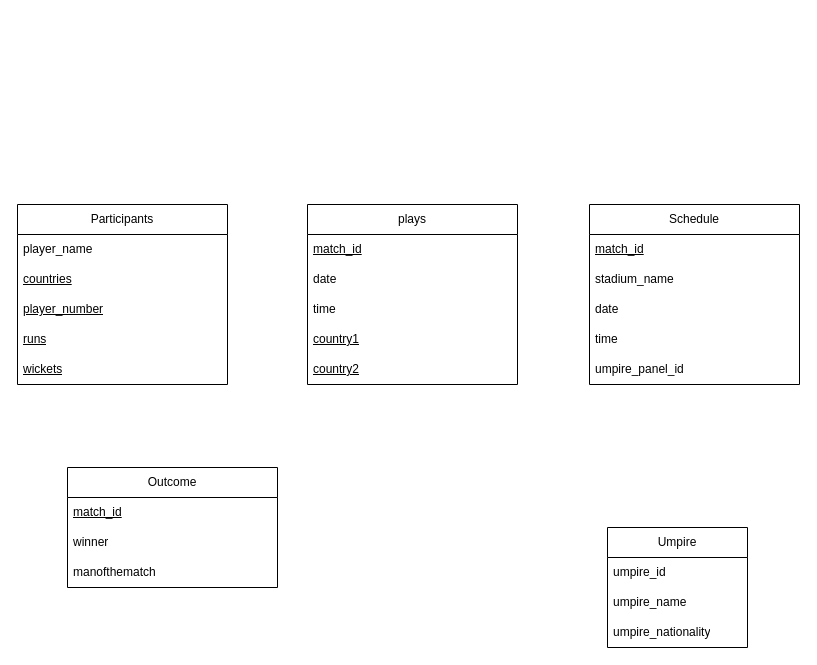
haris-hk/Database-ERD keeps this draw.io diagram as Project02.drawio. Above is the earlier version. Source tidied: cells renumbered, new cells numbered last; positions are measured from the earlier drawing's top-left corner, leaving out a move shared by most shapes. Both pictures are drawn from the tidied source at 100%, with x=0, y=0 at pixel (17, 204).
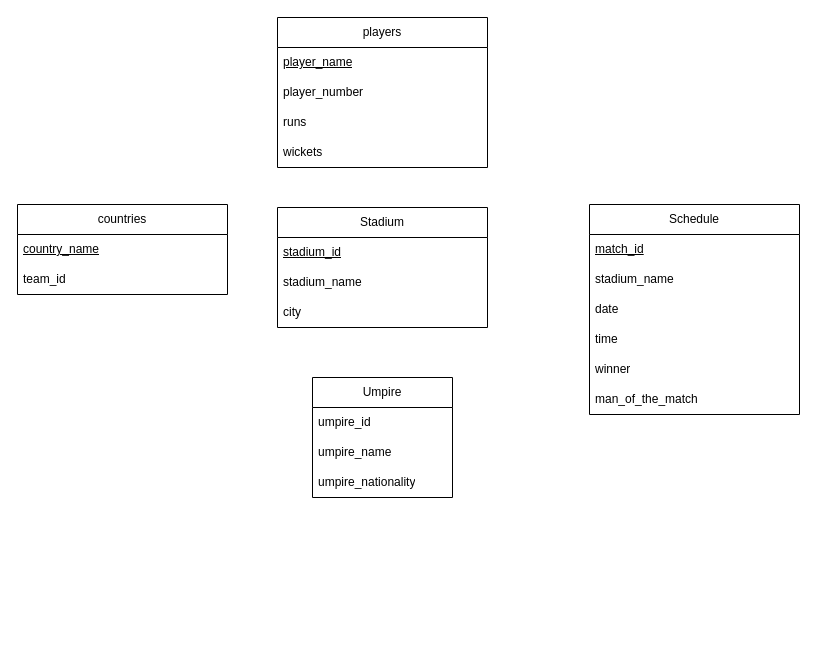
The same page after the edit.

Diff of the diagram source:
```diff
@@
-    <mxCell id="2" value="Participants" style="swimlane;fontStyle=0;horizontal=1;startSize=30;whiteSpace=wrap;html=1;" parent="1" vertex="1">
-      <mxGeometry width="210" height="180" as="geometry" />
+    <mxCell id="2" value="countries" style="swimlane;fontStyle=0;horizontal=1;startSize=30;whiteSpace=wrap;html=1;" parent="1" vertex="1">
+      <mxGeometry width="210" height="90" as="geometry" />
     </mxCell>
-    <mxCell id="3" value="player_name" style="text;strokeColor=none;fillColor=none;align=left;verticalAlign=middle;spacingLeft=4;spacingRight=4;overflow=hidden;whiteSpace=wrap;html=1;" parent="2" vertex="1">
-      <mxGeometry y="30" width="210" height="30" as="geometry" />
-    </mxCell>
-    <mxCell id="4" value="&lt;u&gt;countries&lt;/u&gt;" style="text;strokeColor=none;fillColor=none;align=left;verticalAlign=middle;spacingLeft=4;spacingRight=4;overflow=hidden;whiteSpace=wrap;html=1;" parent="2" vertex="1">
-      <mxGeometry y="60" width="210" height="30" as="geometry" />
+    <mxCell id="4" value="&lt;u&gt;country_name&lt;/u&gt;" style="text;strokeColor=none;fillColor=none;align=left;verticalAlign=middle;spacingLeft=4;spacingRight=4;overflow=hidden;whiteSpace=wrap;html=1;" parent="2" vertex="1">
+      <mxGeometry y="30" width="210" height="30" as="geometry" />
     </mxCell>
-    <mxCell id="5" value="&lt;u&gt;player_number&lt;/u&gt;" style="text;strokeColor=none;fillColor=none;align=left;verticalAlign=middle;spacingLeft=4;spacingRight=4;overflow=hidden;whiteSpace=wrap;html=1;" parent="2" vertex="1">
-      <mxGeometry y="90" width="210" height="30" as="geometry" />
-    </mxCell>
-    <mxCell id="6" value="&lt;u&gt;runs&lt;/u&gt;" style="text;strokeColor=none;fillColor=none;align=left;verticalAlign=middle;spacingLeft=4;spacingRight=4;overflow=hidden;whiteSpace=wrap;html=1;" parent="2" vertex="1">
-      <mxGeometry y="120" width="210" height="30" as="geometry" />
+    <mxCell id="6" value="team_id" style="text;strokeColor=none;fillColor=none;align=left;verticalAlign=middle;spacingLeft=4;spacingRight=4;overflow=hidden;whiteSpace=wrap;html=1;" parent="2" vertex="1">
+      <mxGeometry y="60" width="210" height="30" as="geometry" />
     </mxCell>
-    <mxCell id="7" value="&lt;u&gt;wickets&lt;/u&gt;" style="text;strokeColor=none;fillColor=none;align=left;verticalAlign=middle;spacingLeft=4;spacingRight=4;overflow=hidden;whiteSpace=wrap;html=1;" parent="2" vertex="1">
-      <mxGeometry y="150" width="210" height="30" as="geometry" />
-    </mxCell>
     <mxCell id="8" value="Schedule" style="swimlane;fontStyle=0;horizontal=1;startSize=30;whiteSpace=wrap;html=1;" parent="1" vertex="1">
-      <mxGeometry x="572" width="210" height="180" as="geometry" />
+      <mxGeometry x="572" width="210" height="210" as="geometry" />
     </mxCell>
@@
-    <mxCell id="13" value="umpire_panel_id" style="text;strokeColor=none;fillColor=none;align=left;verticalAlign=middle;spacingLeft=4;spacingRight=4;overflow=hidden;whiteSpace=wrap;html=1;" parent="8" vertex="1">
+    <mxCell id="13" value="winner" style="text;strokeColor=none;fillColor=none;align=left;verticalAlign=middle;spacingLeft=4;spacingRight=4;overflow=hidden;whiteSpace=wrap;html=1;" parent="8" vertex="1">
       <mxGeometry y="150" width="210" height="30" as="geometry" />
     </mxCell>
+    <mxCell id="28" value="man_of_the_match" style="text;strokeColor=none;fillColor=none;align=left;verticalAlign=middle;spacingLeft=4;spacingRight=4;overflow=hidden;whiteSpace=wrap;html=1;" parent="8" vertex="1">
+      <mxGeometry y="180" width="210" height="30" as="geometry" />
+    </mxCell>
-    <mxCell id="14" value="plays" style="swimlane;fontStyle=0;horizontal=1;startSize=30;whiteSpace=wrap;html=1;" parent="1" vertex="1">
-      <mxGeometry x="290" width="210" height="180" as="geometry" />
+    <mxCell id="14" value="players" style="swimlane;fontStyle=0;horizontal=1;startSize=30;whiteSpace=wrap;html=1;" parent="1" vertex="1">
+      <mxGeometry x="260" y="-187" width="210" height="150" as="geometry" />
     </mxCell>
-    <mxCell id="15" value="&lt;u&gt;match_id&lt;/u&gt;" style="text;strokeColor=none;fillColor=none;align=left;verticalAlign=middle;spacingLeft=4;spacingRight=4;overflow=hidden;whiteSpace=wrap;html=1;" parent="14" vertex="1">
+    <mxCell id="15" value="&lt;u&gt;player_name&lt;/u&gt;" style="text;strokeColor=none;fillColor=none;align=left;verticalAlign=middle;spacingLeft=4;spacingRight=4;overflow=hidden;whiteSpace=wrap;html=1;" parent="14" vertex="1">
       <mxGeometry y="30" width="210" height="30" as="geometry" />
     </mxCell>
-    <mxCell id="16" value="date" style="text;strokeColor=none;fillColor=none;align=left;verticalAlign=middle;spacingLeft=4;spacingRight=4;overflow=hidden;whiteSpace=wrap;html=1;" parent="14" vertex="1">
-      <mxGeometry y="60" width="210" height="30" as="geometry" />
-    </mxCell>
-    <mxCell id="17" value="time" style="text;strokeColor=none;fillColor=none;align=left;verticalAlign=middle;spacingLeft=4;spacingRight=4;overflow=hidden;whiteSpace=wrap;html=1;" parent="14" vertex="1">
-      <mxGeometry y="90" width="210" height="30" as="geometry" />
-    </mxCell>
-    <mxCell id="18" value="&lt;u&gt;country1&lt;/u&gt;" style="text;strokeColor=none;fillColor=none;align=left;verticalAlign=middle;spacingLeft=4;spacingRight=4;overflow=hidden;whiteSpace=wrap;html=1;" parent="14" vertex="1">
-      <mxGeometry y="120" width="210" height="30" as="geometry" />
-    </mxCell>
-    <mxCell id="19" value="&lt;u&gt;country2&lt;/u&gt;" style="text;strokeColor=none;fillColor=none;align=left;verticalAlign=middle;spacingLeft=4;spacingRight=4;overflow=hidden;whiteSpace=wrap;html=1;" parent="14" vertex="1">
-      <mxGeometry y="150" width="210" height="30" as="geometry" />
+    <mxCell id="19" value="player_number" style="text;strokeColor=none;fillColor=none;align=left;verticalAlign=middle;spacingLeft=4;spacingRight=4;overflow=hidden;whiteSpace=wrap;html=1;" parent="14" vertex="1">
+      <mxGeometry y="60" width="210" height="30" as="geometry" />
     </mxCell>
+    <mxCell id="29" value="runs" style="text;strokeColor=none;fillColor=none;align=left;verticalAlign=middle;spacingLeft=4;spacingRight=4;overflow=hidden;whiteSpace=wrap;html=1;" parent="14" vertex="1">
+      <mxGeometry y="90" width="210" height="30" as="geometry" />
+    </mxCell>
+    <mxCell id="7" value="wickets" style="text;strokeColor=none;fillColor=none;align=left;verticalAlign=middle;spacingLeft=4;spacingRight=4;overflow=hidden;whiteSpace=wrap;html=1;" parent="14" vertex="1">
+      <mxGeometry y="120" width="210" height="30" as="geometry" />
+    </mxCell>
-    <mxCell id="20" value="Outcome" style="swimlane;fontStyle=0;horizontal=1;startSize=30;whiteSpace=wrap;html=1;" parent="1" vertex="1">
-      <mxGeometry x="50" y="263" width="210" height="120" as="geometry" />
+    <mxCell id="20" value="Stadium" style="swimlane;fontStyle=0;horizontal=1;startSize=30;whiteSpace=wrap;html=1;" parent="1" vertex="1">
+      <mxGeometry x="260" y="3" width="210" height="120" as="geometry" />
     </mxCell>
+    <mxCell id="22" value="&lt;u&gt;stadium_id&lt;/u&gt;" style="text;strokeColor=none;fillColor=none;align=left;verticalAlign=middle;spacingLeft=4;spacingRight=4;overflow=hidden;whiteSpace=wrap;html=1;" parent="20" vertex="1">
+      <mxGeometry y="30" width="210" height="30" as="geometry" />
+    </mxCell>
-    <mxCell id="21" value="&lt;u&gt;match_id&lt;/u&gt;" style="text;strokeColor=none;fillColor=none;align=left;verticalAlign=middle;spacingLeft=4;spacingRight=4;overflow=hidden;whiteSpace=wrap;html=1;" parent="20" vertex="1">
-      <mxGeometry y="30" width="210" height="30" as="geometry" />
+    <mxCell id="21" value="stadium_name" style="text;strokeColor=none;fillColor=none;align=left;verticalAlign=middle;spacingLeft=4;spacingRight=4;overflow=hidden;whiteSpace=wrap;html=1;" parent="20" vertex="1">
+      <mxGeometry y="60" width="210" height="30" as="geometry" />
     </mxCell>
-    <mxCell id="22" value="winner" style="text;strokeColor=none;fillColor=none;align=left;verticalAlign=middle;spacingLeft=4;spacingRight=4;overflow=hidden;whiteSpace=wrap;html=1;" parent="20" vertex="1">
-      <mxGeometry y="60" width="210" height="30" as="geometry" />
-    </mxCell>
-    <mxCell id="23" value="manofthematch" style="text;strokeColor=none;fillColor=none;align=left;verticalAlign=middle;spacingLeft=4;spacingRight=4;overflow=hidden;whiteSpace=wrap;html=1;" parent="20" vertex="1">
+    <mxCell id="23" value="city" style="text;strokeColor=none;fillColor=none;align=left;verticalAlign=middle;spacingLeft=4;spacingRight=4;overflow=hidden;whiteSpace=wrap;html=1;" parent="20" vertex="1">
       <mxGeometry y="90" width="210" height="30" as="geometry" />
     </mxCell>
     <mxCell id="24" value="Umpire" style="swimlane;fontStyle=0;horizontal=1;startSize=30;whiteSpace=wrap;html=1;" parent="1" vertex="1">
-      <mxGeometry x="590" y="323" width="140" height="120" as="geometry" />
+      <mxGeometry x="295" y="173" width="140" height="120" as="geometry" />
     </mxCell>
```
